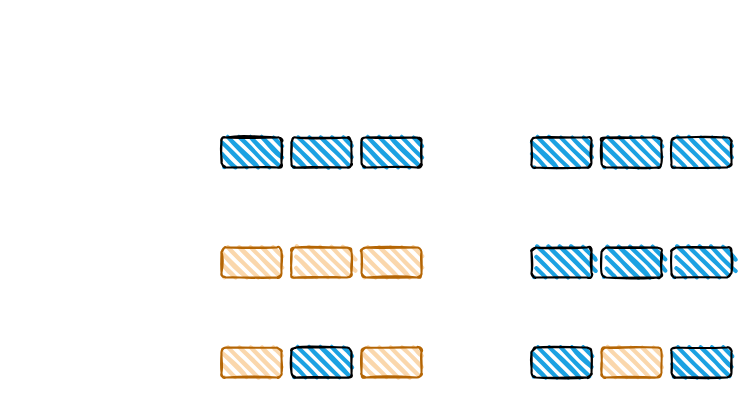
jordane95/procqa keeps this draw.io diagram as 未命名绘图.drawio. Above is the earlier version. Source tidied: cells renumbered, new cells numbered last; positions are measured from the earlier drawing's top-left corner, leaving out a move shared by most shapes. Both pictures are drawn from the tidied source at 100%, with x=0, y=0 at pixel (221, 137).
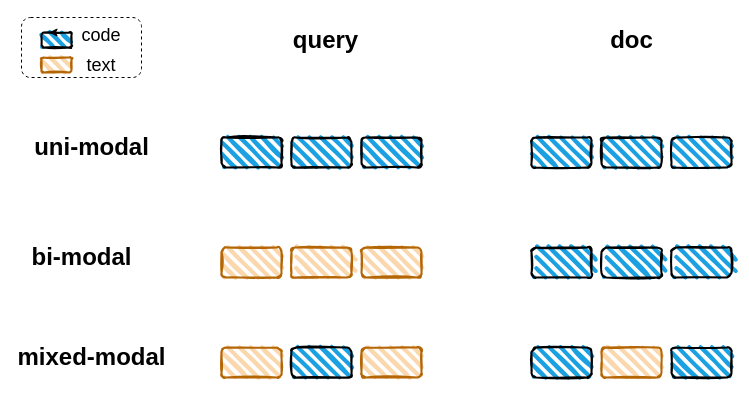
The same page after the edit.

Commit message:
更新未命名绘图.drawio

Change to the diagram source:
```diff
@@
+    <mxCell id="20" value="uni-modal" style="text;strokeColor=none;fillColor=none;html=1;fontSize=24;fontStyle=1;verticalAlign=middle;align=center;" parent="1" vertex="1">
+      <mxGeometry x="-180" y="-10" width="100" height="40" as="geometry" />
+    </mxCell>
+    <mxCell id="21" value="bi-modal" style="text;strokeColor=none;fillColor=none;html=1;fontSize=24;fontStyle=1;verticalAlign=middle;align=center;" parent="1" vertex="1">
+      <mxGeometry x="-190" y="100" width="100" height="40" as="geometry" />
+    </mxCell>
+    <mxCell id="22" value="mixed-modal" style="text;strokeColor=none;fillColor=none;html=1;fontSize=24;fontStyle=1;verticalAlign=middle;align=center;" parent="1" vertex="1">
+      <mxGeometry x="-180" y="200" width="100" height="40" as="geometry" />
+    </mxCell>
+    <mxCell id="23" style="rounded=1;whiteSpace=wrap;html=1;fillColor=none;strokeColor=default;dashed=1;" parent="1" vertex="1">
+      <mxGeometry x="-200" y="-120" width="120" height="60" as="geometry" />
+    </mxCell>
+    <mxCell id="24" style="rounded=1;whiteSpace=wrap;html=1;strokeWidth=2;fillWeight=4;hachureGap=8;hachureAngle=45;fillColor=#1ba1e2;sketch=1;" parent="1" vertex="1">
+      <mxGeometry x="-180" y="-105" width="30" height="15" as="geometry" />
+    </mxCell>
+    <mxCell id="25" style="rounded=1;whiteSpace=wrap;html=1;strokeWidth=2;fillWeight=4;hachureGap=8;hachureAngle=45;fillColor=#fad7ac;sketch=1;strokeColor=#b46504;" parent="1" vertex="1">
+      <mxGeometry x="-180" y="-80" width="30" height="15" as="geometry" />
+    </mxCell>
+    <mxCell id="26" value="&lt;font style=&quot;font-size: 18px;&quot;&gt;code&lt;/font&gt;" style="text;html=1;strokeColor=none;fillColor=none;align=center;verticalAlign=middle;whiteSpace=wrap;overflow=hidden;" parent="1" vertex="1">
+      <mxGeometry x="-150" y="-117.5" width="60" height="30" as="geometry" />
+    </mxCell>
+    <mxCell id="27" value="&lt;font style=&quot;font-size: 18px;&quot;&gt;text&lt;/font&gt;" style="text;html=1;strokeColor=none;fillColor=none;align=center;verticalAlign=middle;whiteSpace=wrap;overflow=hidden;" parent="1" vertex="1">
+      <mxGeometry x="-150" y="-85" width="60" height="25" as="geometry" />
+    </mxCell>
+    <mxCell id="28" style="edgeStyle=orthogonalEdgeStyle;rounded=0;orthogonalLoop=1;jettySize=auto;html=1;exitX=0.5;exitY=0;exitDx=0;exitDy=0;entryX=0.25;entryY=0;entryDx=0;entryDy=0;" parent="1" edge="1" source="24" target="24">
+      <mxGeometry relative="1" as="geometry" />
+    </mxCell>
+    <mxCell id="29" value="query" style="text;strokeColor=none;fillColor=none;html=1;fontSize=24;fontStyle=1;verticalAlign=middle;align=center;" parent="1" vertex="1">
+      <mxGeometry x="54" y="-117.5" width="100" height="40" as="geometry" />
+    </mxCell>
+    <mxCell id="30" value="doc" style="text;strokeColor=none;fillColor=none;html=1;fontSize=24;fontStyle=1;verticalAlign=middle;align=center;" parent="1" vertex="1">
+      <mxGeometry x="360" y="-117.5" width="100" height="40" as="geometry" />
+    </mxCell>
```
